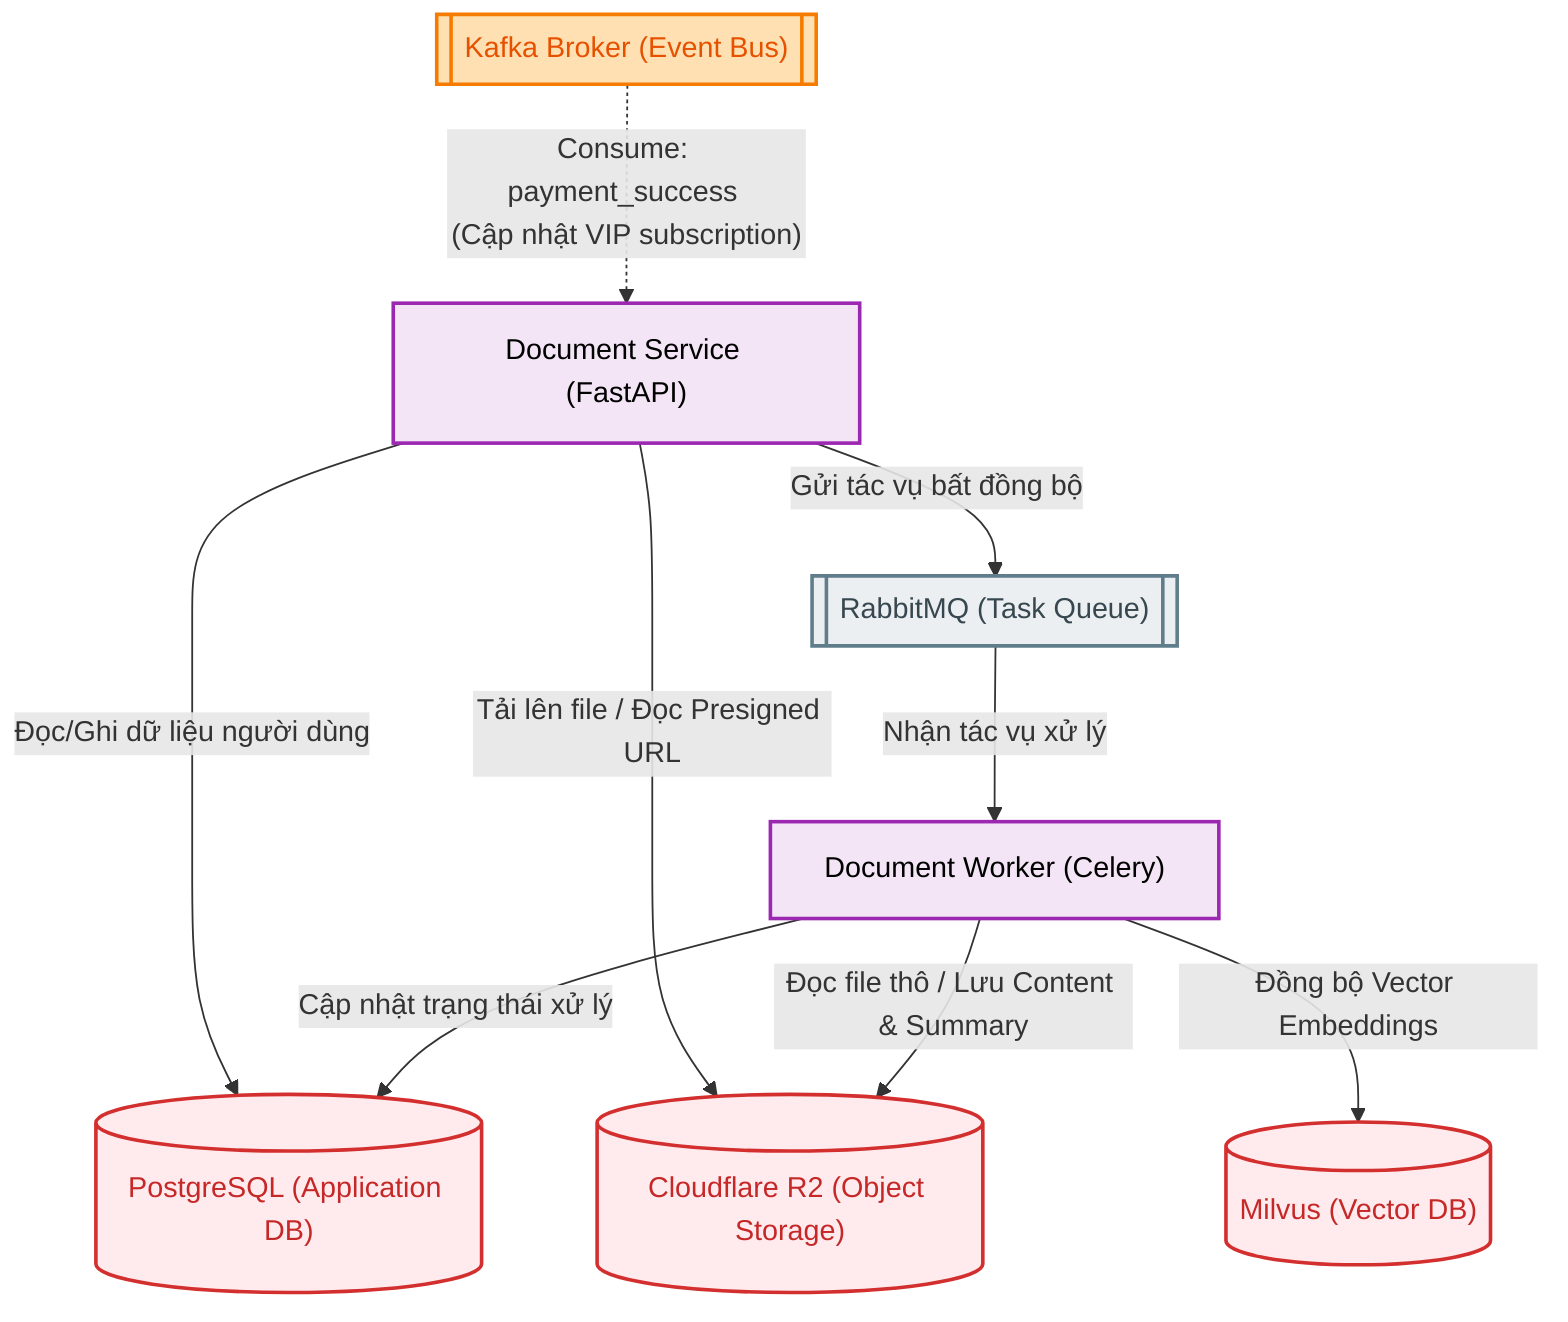
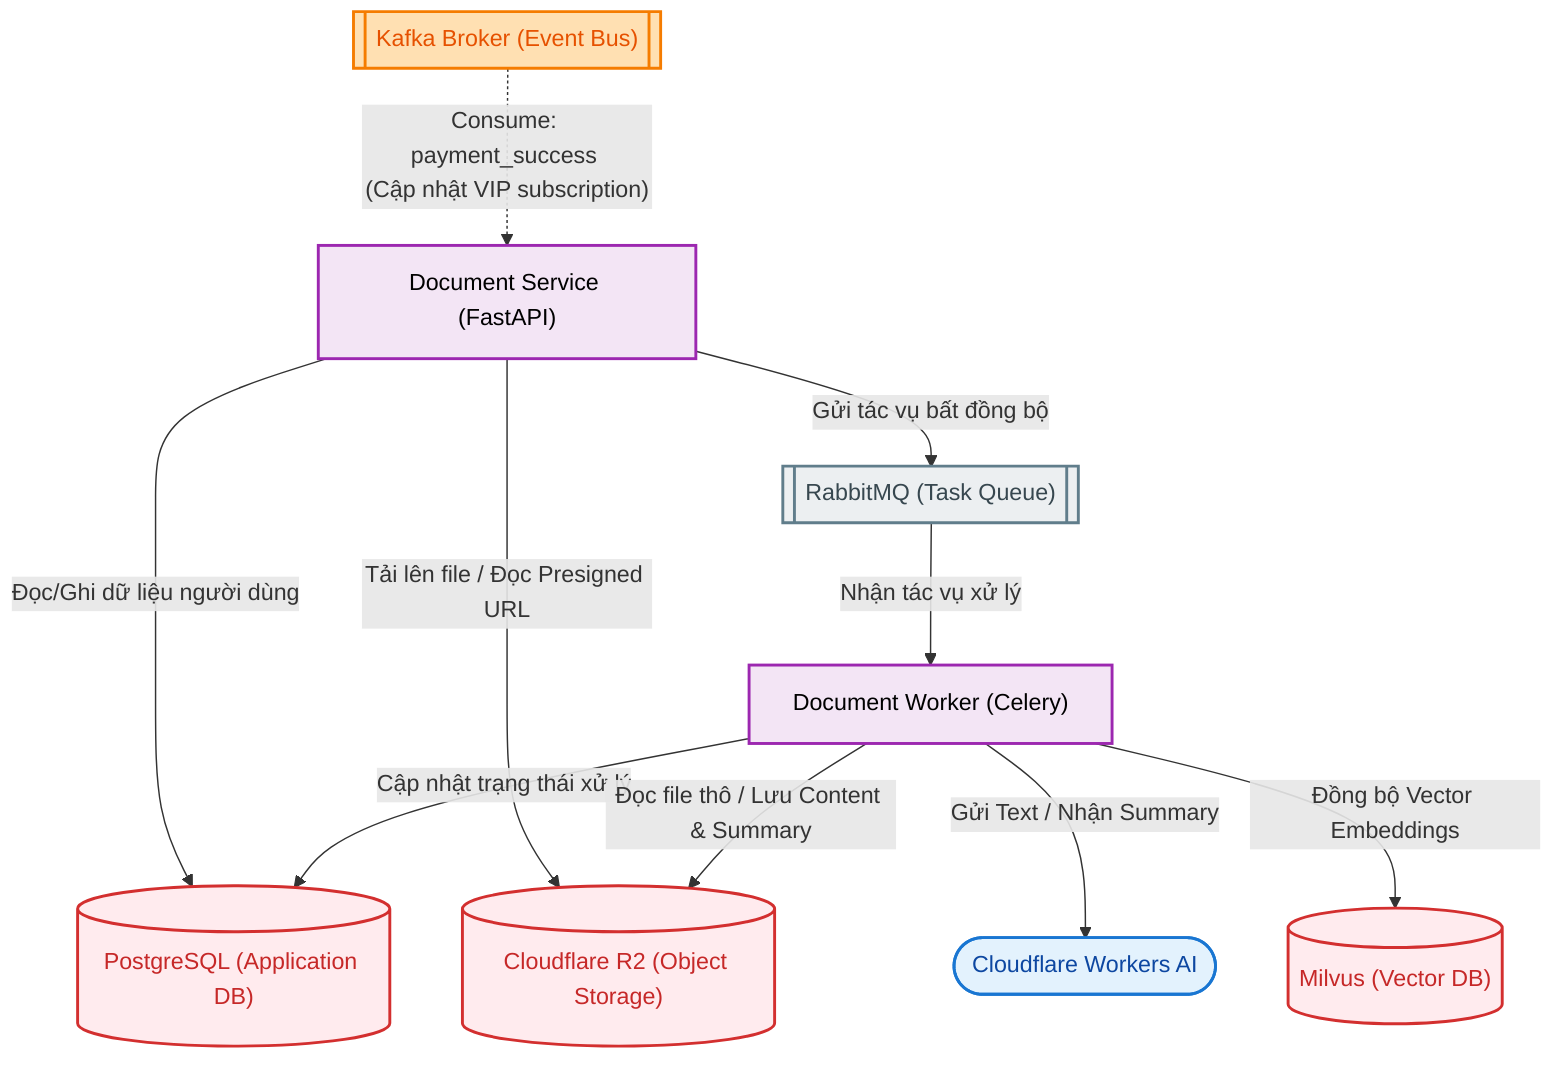
+ 
flowchart TB
    %% Khai báo các class styles
    classDef support fill:#f3e5f5,stroke:#9c27b0,stroke-width:2px,color:#000
    classDef infra fill:#eceff1,stroke:#607d8b,stroke-width:2px,color:#37474f
    classDef db fill:#ffebee,stroke:#d32f2f,stroke-width:2px,color:#c62828
    classDef brokerStyle fill:#ffe0b2,stroke:#f57c00,stroke-width:2px,color:#e65100
+     classDef ai fill:#e3f2fd,stroke:#1976d2,stroke-width:2px,color:#0d47a1

    %% Shared Infrastructure
-     %% subgraph SharedInfra [Shared Infrastructure]
-         Broker[["Kafka Broker (Event Bus)"]]:::brokerStyle
-         Postgres[("PostgreSQL (Application DB)")]:::db
-         R2[("Cloudflare R2 (Object Storage)")]:::db
-         Milvus[("Milvus (Vector DB)")]:::db
-     %% end
+     Broker[["Kafka Broker (Event Bus)"]]:::brokerStyle
+     CloudflareAI(["Cloudflare Workers AI"]):::ai
+     Postgres[("PostgreSQL (Application DB)")]:::db
+     R2[("Cloudflare R2 (Object Storage)")]:::db
+     Milvus[("Milvus (Vector DB)")]:::db

    %% Subdomains
-     %% subgraph SupportDomain [Document Subdomain]
-         DocumentService["Document Service (FastAPI)"]:::support
-         DocumentWorker["Document Worker (Celery)"]:::support
-         RabbitMQ[["RabbitMQ (Task Queue)"]]:::infra
+     DocumentService["Document Service (FastAPI)"]:::support
+     DocumentWorker["Document Worker (Celery)"]:::support
+     RabbitMQ[["RabbitMQ (Task Queue)"]]:::infra

-         %% Luồng nội bộ của Document Subdomain
-         DocumentService -->|"Gửi tác vụ bất đồng bộ"| RabbitMQ
-         RabbitMQ -->|"Nhận tác vụ xử lý"| DocumentWorker
-     %% end
+     %% Luồng nội bộ của Document Subdomain
+     DocumentService -->|"Gửi tác vụ bất đồng bộ"| RabbitMQ
+     RabbitMQ -->|"Nhận tác vụ xử lý"| DocumentWorker

    %% Event Broker
    Broker -.->|"Consume: payment_success \n(Cập nhật VIP subscription)"| DocumentService

+ 
+ 
    %% Giao tiếp CSDL & Storage của Document Domain
    DocumentService -->|"Đọc/Ghi dữ liệu người dùng"| Postgres
+     DocumentWorker -->|"Cập nhật trạng thái xử lý"| Postgres
+ 
+ 
    DocumentService -->|"Tải lên file / Đọc Presigned URL"| R2
+     DocumentWorker -->|"Đọc file thô / Lưu Content & Summary"| R2

-     DocumentWorker -->|"Cập nhật trạng thái xử lý"| Postgres
-     DocumentWorker -->|"Đọc file thô / Lưu Content & Summary"| R2
+     DocumentWorker -->|"Gửi Text / Nhận Summary"| CloudflareAI
    DocumentWorker -->|"Đồng bộ Vector Embeddings"| Milvus
+ 
+     %% Tích hợp AI
